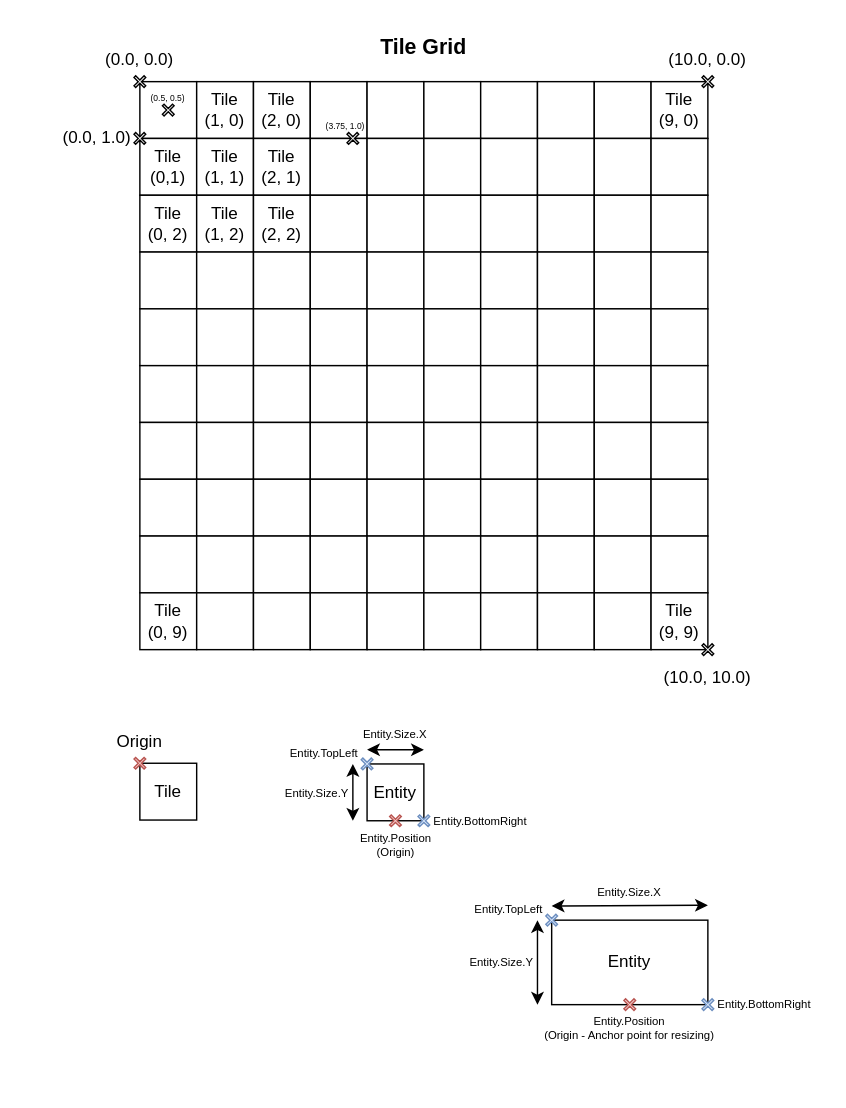
This is Diagrams/Coordinate System.drawio from Photon-Gaming/RPG-Project, a draw.io file, before an edit. Source tidied: cells renumbered, new cells numbered last; positions are measured from the earlier drawing's top-left corner, leaving out a move shared by most shapes. Both pictures are drawn from the tidied source at 142%, with x=0, y=0 at pixel (54, 24).
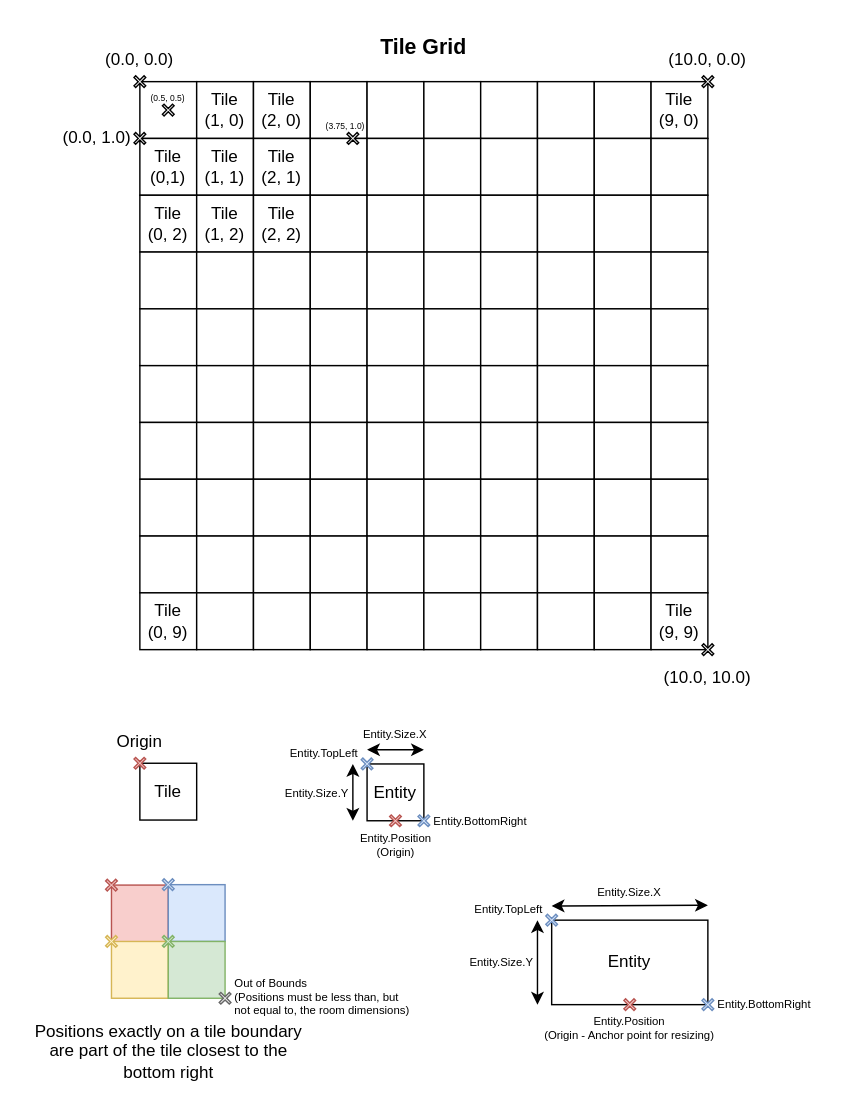
The same diagram, later.

Commit message:
Clarify tile boundary coordinates in diagram

What changed in the source:
```diff
@@
+    <mxCell id="140" style="whiteSpace=wrap;html=1;fillColor=#f8cecc;strokeColor=#b85450;" parent="1" vertex="1">
+      <mxGeometry x="40" y="605.8" width="40" height="40" as="geometry" />
+    </mxCell>
+    <mxCell id="141" style="shape=cross;whiteSpace=wrap;html=1;rotation=45;size=0.16279371554005403;fillColor=#f8cecc;strokeColor=#b85450;" parent="1" vertex="1">
+      <mxGeometry x="35" y="600.8" width="10" height="10" as="geometry" />
+    </mxCell>
+    <mxCell id="142" style="whiteSpace=wrap;html=1;fillColor=#dae8fc;strokeColor=#6c8ebf;" parent="1" vertex="1">
+      <mxGeometry x="80" y="605.5" width="40" height="40" as="geometry" />
+    </mxCell>
+    <mxCell id="143" style="shape=cross;whiteSpace=wrap;html=1;rotation=45;size=0.16279371554005403;fillColor=#dae8fc;strokeColor=#6c8ebf;" parent="1" vertex="1">
+      <mxGeometry x="75" y="600.5" width="10" height="10" as="geometry" />
+    </mxCell>
+    <mxCell id="144" style="whiteSpace=wrap;html=1;fillColor=#fff2cc;strokeColor=#d6b656;" parent="1" vertex="1">
+      <mxGeometry x="40" y="645.5" width="40" height="40" as="geometry" />
+    </mxCell>
+    <mxCell id="145" style="shape=cross;whiteSpace=wrap;html=1;rotation=45;size=0.16279371554005403;fillColor=#fff2cc;strokeColor=#d6b656;" parent="1" vertex="1">
+      <mxGeometry x="35" y="640.5" width="10" height="10" as="geometry" />
+    </mxCell>
+    <mxCell id="146" style="whiteSpace=wrap;html=1;fillColor=#d5e8d4;strokeColor=#82b366;" parent="1" vertex="1">
+      <mxGeometry x="80" y="645.5" width="40" height="40" as="geometry" />
+    </mxCell>
+    <mxCell id="147" style="shape=cross;whiteSpace=wrap;html=1;rotation=45;size=0.16279371554005403;fillColor=#d5e8d4;strokeColor=#82b366;" parent="1" vertex="1">
+      <mxGeometry x="75" y="640.5" width="10" height="10" as="geometry" />
+    </mxCell>
+    <mxCell id="148" value="Positions exactly on a tile boundary are part of the tile closest to the bottom right" style="text;html=1;align=center;verticalAlign=middle;whiteSpace=wrap;rounded=0;" parent="1" vertex="1">
+      <mxGeometry x="-21.2" y="700" width="202.5" height="45.5" as="geometry" />
+    </mxCell>
+    <mxCell id="149" style="shape=cross;whiteSpace=wrap;html=1;rotation=45;size=0.16279371554005403;fillColor=#f5f5f5;strokeColor=#666666;fontColor=#333333;" parent="1" vertex="1">
+      <mxGeometry x="115" y="680.5" width="10" height="10" as="geometry" />
+    </mxCell>
+    <mxCell id="150" value="Out of Bounds&lt;div style=&quot;font-size: 8px;&quot;&gt;(Positions must be less than, but not equal to, the room dimensions)&lt;/div&gt;" style="text;html=1;align=left;verticalAlign=middle;whiteSpace=wrap;rounded=0;fontSize=8;" parent="1" vertex="1">
+      <mxGeometry x="125" y="670" width="130" height="30" as="geometry" />
+    </mxCell>
```
